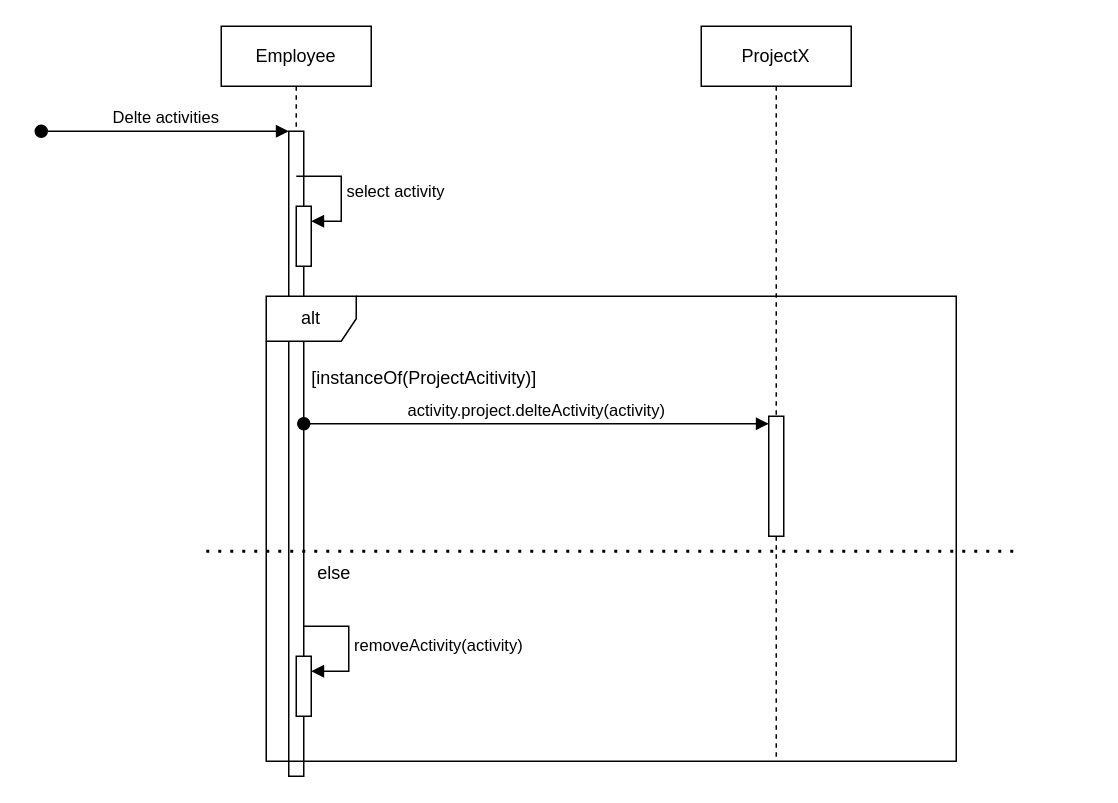
Before: Delete activities - sequence diagram.drawio in Buildasaurus/02161-Projekt, a draw.io diagram. Source tidied: cells renumbered, new cells numbered last; positions are measured from the earlier drawing's top-left corner, leaving out a move shared by most shapes. Both pictures are drawn from the tidied source at 150%, with x=0, y=0 at pixel (40, 26).
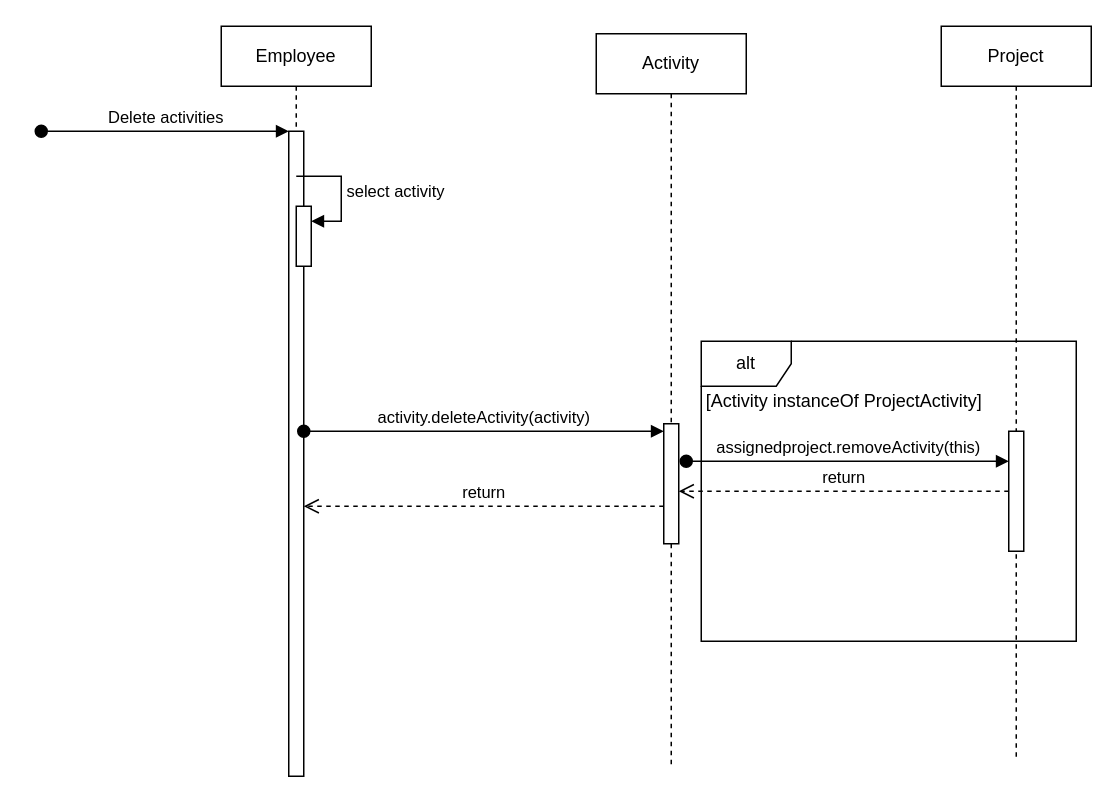
After the change.

Commit message (it also covers changes not shown here):
Update delete activities sequence diagram

Unchanged cells that the change refers to:
```xml
<mxCell id="2" value="Employee" style="shape=umlLifeline;perimeter=lifelinePerimeter;whiteSpace=wrap;html=1;newEdgeStyle={&quot;edgeStyle&quot;:&quot;elbowEdgeStyle&quot;,&quot;elbow&quot;:&quot;vertical&quot;,&quot;curved&quot;:0,&quot;rounded&quot;:0};" parent="1" vertex="1">
  <mxGeometry x="120" width="100" height="500" as="geometry" />
</mxCell>
<mxCell id="3" style="html=1;points=[];perimeter=orthogonalPerimeter;outlineConnect=0;targetShapes=umlLifeline;portConstraint=eastwest;newEdgeStyle={&quot;edgeStyle&quot;:&quot;elbowEdgeStyle&quot;,&quot;elbow&quot;:&quot;vertical&quot;,&quot;curved&quot;:0,&quot;rounded&quot;:0};" parent="2" vertex="1">
  <mxGeometry x="45" y="70" width="10" height="430" as="geometry" />
</mxCell>
<mxCell id="8" style="html=1;points=[[0,0,0,0,5],[0,1,0,0,-5],[1,0,0,0,5],[1,1,0,0,-5]];perimeter=orthogonalPerimeter;outlineConnect=0;targetShapes=umlLifeline;portConstraint=eastwest;newEdgeStyle={&quot;curved&quot;:0,&quot;rounded&quot;:0};" parent="7" vertex="1">
  <mxGeometry x="45" y="260" width="10" height="80" as="geometry" />
</mxCell>
```

Change to the diagram source:
```diff
@@
-    <mxCell id="4" value="Delte activities" style="html=1;verticalAlign=bottom;startArrow=oval;endArrow=block;startSize=8;edgeStyle=elbowEdgeStyle;elbow=vertical;curved=0;rounded=0;" parent="2" edge="1" target="3">
+    <mxCell id="4" value="Delete activities" style="html=1;verticalAlign=bottom;startArrow=oval;endArrow=block;startSize=8;edgeStyle=elbowEdgeStyle;elbow=vertical;curved=0;rounded=0;" parent="2" edge="1" target="3">
       <mxGeometry relative="1" as="geometry">
         <mxPoint x="-120" y="70" as="sourcePoint" />
       </mxGeometry>
     </mxCell>
@@
-    <mxCell id="7" value="ProjectX" style="shape=umlLifeline;perimeter=lifelinePerimeter;whiteSpace=wrap;html=1;newEdgeStyle={&quot;edgeStyle&quot;:&quot;elbowEdgeStyle&quot;,&quot;elbow&quot;:&quot;vertical&quot;,&quot;curved&quot;:0,&quot;rounded&quot;:0};" parent="1" vertex="1">
-      <mxGeometry x="440" width="100" height="490" as="geometry" />
+    <mxCell id="7" value="Activity" style="shape=umlLifeline;perimeter=lifelinePerimeter;whiteSpace=wrap;html=1;newEdgeStyle={&quot;edgeStyle&quot;:&quot;elbowEdgeStyle&quot;,&quot;elbow&quot;:&quot;vertical&quot;,&quot;curved&quot;:0,&quot;rounded&quot;:0};" parent="1" vertex="1">
+      <mxGeometry x="370" y="5" width="100" height="490" as="geometry" />
     </mxCell>
@@
-    <mxCell id="9" value="activity.project.delteActivity(activity)" style="html=1;verticalAlign=bottom;startArrow=oval;endArrow=block;startSize=8;curved=0;rounded=0;entryX=0;entryY=0;entryDx=0;entryDy=5;" parent="7" edge="1" target="8">
-      <mxGeometry relative="1" as="geometry">
-        <mxPoint x="-265" y="265" as="sourcePoint" />
-      </mxGeometry>
+    <mxCell id="9" value="activity.deleteActivity(activity)" style="html=1;verticalAlign=bottom;startArrow=oval;endArrow=block;startSize=8;curved=0;rounded=0;entryX=0;entryY=0;entryDx=0;entryDy=5;" parent="1" edge="1" source="3" target="8">
+      <mxGeometry relative="1" as="geometry" />
     </mxCell>
+    <mxCell id="16" value="Project" style="shape=umlLifeline;perimeter=lifelinePerimeter;whiteSpace=wrap;html=1;newEdgeStyle={&quot;edgeStyle&quot;:&quot;elbowEdgeStyle&quot;,&quot;elbow&quot;:&quot;vertical&quot;,&quot;curved&quot;:0,&quot;rounded&quot;:0};" parent="1" vertex="1">
+      <mxGeometry x="600" width="100" height="490" as="geometry" />
+    </mxCell>
+    <mxCell id="17" style="html=1;points=[[0,0,0,0,5],[0,1,0,0,-5],[1,0,0,0,5],[1,1,0,0,-5]];perimeter=orthogonalPerimeter;outlineConnect=0;targetShapes=umlLifeline;portConstraint=eastwest;newEdgeStyle={&quot;curved&quot;:0,&quot;rounded&quot;:0};" parent="16" vertex="1">
+      <mxGeometry x="45" y="270" width="10" height="80" as="geometry" />
+    </mxCell>
+    <mxCell id="18" value="assignedproject.removeActivity(this)" style="html=1;verticalAlign=bottom;startArrow=oval;endArrow=block;startSize=8;curved=0;rounded=0;" parent="1" edge="1" target="17">
+      <mxGeometry relative="1" as="geometry">
+        <mxPoint x="430" y="290" as="sourcePoint" />
+      </mxGeometry>
+    </mxCell>
+    <mxCell id="19" value="return" style="html=1;verticalAlign=bottom;endArrow=open;dashed=1;endSize=8;curved=0;rounded=0;" parent="1" edge="1" source="17" target="8">
+      <mxGeometry relative="1" as="geometry" />
+    </mxCell>
+    <mxCell id="20" value="return" style="html=1;verticalAlign=bottom;endArrow=open;dashed=1;endSize=8;curved=0;rounded=0;" parent="1" edge="1">
+      <mxGeometry relative="1" as="geometry">
+        <mxPoint x="415" y="320" as="sourcePoint" />
+        <mxPoint x="175" y="320" as="targetPoint" />
+      </mxGeometry>
+    </mxCell>
     <mxCell id="10" value="alt" style="shape=umlFrame;whiteSpace=wrap;html=1;" parent="1" vertex="1">
-      <mxGeometry x="150" y="180" width="460" height="310" as="geometry" />
+      <mxGeometry x="440" y="210" width="250" height="200" as="geometry" />
     </mxCell>
-    <mxCell id="11" style="endArrow=none;dashed=1;html=1;dashPattern=1 3;strokeWidth=2;rounded=0;" parent="1" edge="1">
-      <mxGeometry relative="1" as="geometry">
-        <mxPoint x="110" y="350" as="sourcePoint" />
-        <mxPoint x="650" y="350" as="targetPoint" />
-      </mxGeometry>
-    </mxCell>
-    <mxCell id="12" value="else" style="text;html=1;align=center;verticalAlign=middle;strokeColor=none;fillColor=none;" parent="1" vertex="1">
-      <mxGeometry x="170" y="350" width="50" height="30" as="geometry" />
-    </mxCell>
-    <mxCell id="13" value="[instanceOf(ProjectAcitivity)]" style="text;html=1;align=center;verticalAlign=middle;strokeColor=none;fillColor=none;" parent="1" vertex="1">
-      <mxGeometry x="170" y="220" width="170" height="30" as="geometry" />
-    </mxCell>
-    <mxCell id="14" style="html=1;points=[[0,0,0,0,5],[0,1,0,0,-5],[1,0,0,0,5],[1,1,0,0,-5]];perimeter=orthogonalPerimeter;outlineConnect=0;targetShapes=umlLifeline;portConstraint=eastwest;newEdgeStyle={&quot;curved&quot;:0,&quot;rounded&quot;:0};" parent="1" vertex="1">
-      <mxGeometry x="170" y="420" width="10" height="40" as="geometry" />
-    </mxCell>
-    <mxCell id="15" value="removeActivity(activity)" style="html=1;align=left;spacingLeft=2;endArrow=block;rounded=0;edgeStyle=orthogonalEdgeStyle;curved=0;rounded=0;" parent="1" edge="1" target="14">
-      <mxGeometry relative="1" as="geometry">
-        <mxPoint x="175" y="400" as="sourcePoint" />
-        <Array as="points">
-          <mxPoint x="205" y="430" />
-        </Array>
-      </mxGeometry>
-    </mxCell>
+    <mxCell id="21" value="[Activity instanceOf ProjectActivity]" style="text;html=1;align=center;verticalAlign=middle;strokeColor=none;fillColor=none;" parent="1" vertex="1">
+      <mxGeometry x="430" y="235" width="210" height="30" as="geometry" />
+    </mxCell>
```
